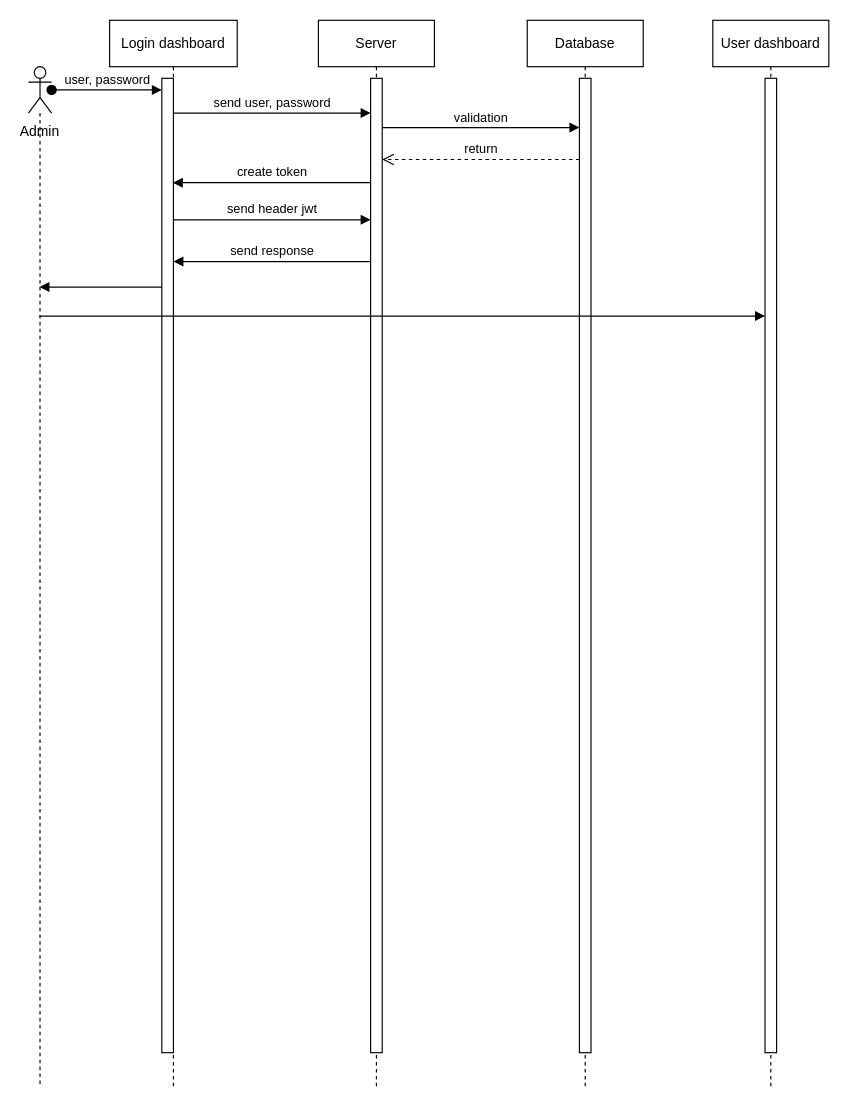
Above: page "Admin" (1 of 2) of sequenceDiagram.drawio in dzikfr/aplikasi-absensi-baharkam-2024 (draw.io), before the change. Source tidied: cells renumbered, new cells numbered last; positions are measured from the earlier drawing's top-left corner, leaving out a move shared by most shapes. Both pictures are drawn from the tidied source at 116%, with x=0, y=0 at pixel (28, 20).
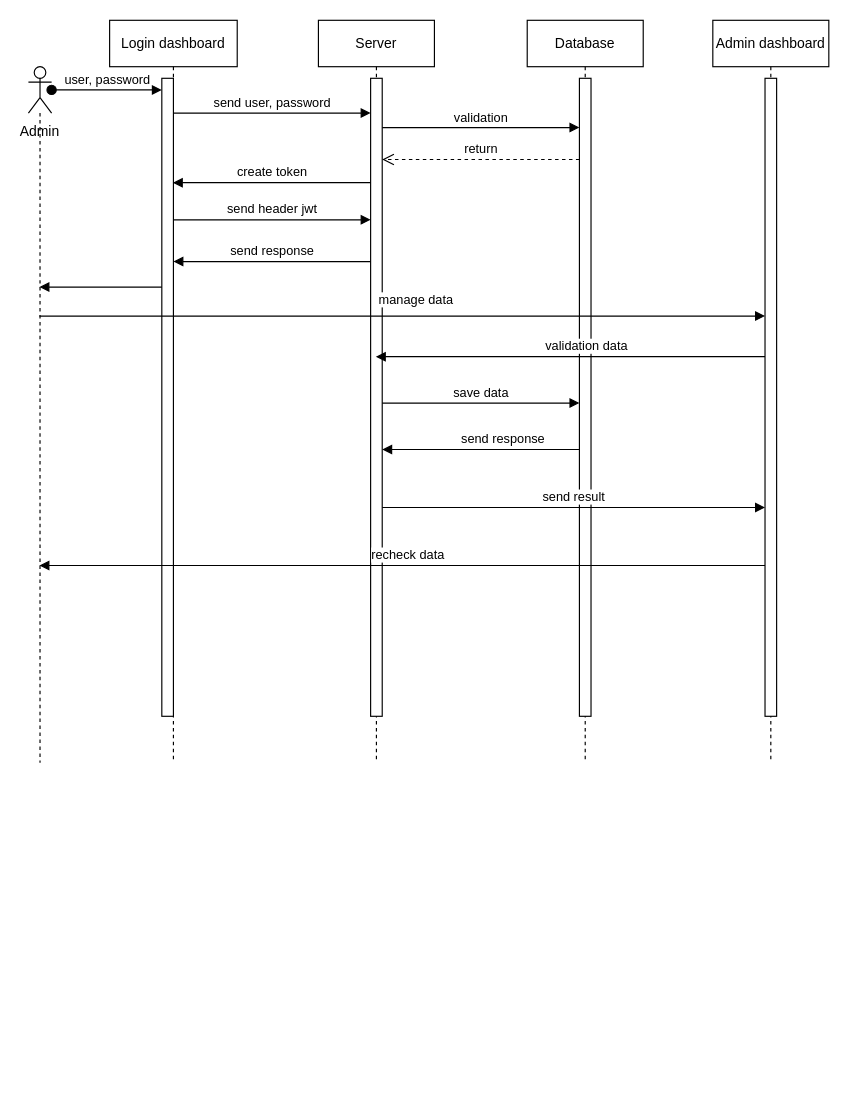
Above is the later version.

The change refers to these unchanged cells:
```xml
<mxCell id="16" style="html=1;verticalAlign=bottom;endArrow=block;edgeStyle=elbowEdgeStyle;elbow=vertical;curved=0;rounded=0;" parent="1" edge="1">
  <mxGeometry relative="1" as="geometry">
    <mxPoint x="9.5" y="255" as="sourcePoint" />
    <mxPoint x="635" y="255" as="targetPoint" />
    <Array as="points">
      <mxPoint x="345" y="255" />
    </Array>
  </mxGeometry>
</mxCell>
```

Diff of the diagram source:
```diff
@@
     <mxCell id="2" value="Login dashboard" style="shape=umlLifeline;perimeter=lifelinePerimeter;whiteSpace=wrap;html=1;newEdgeStyle={&quot;edgeStyle&quot;:&quot;elbowEdgeStyle&quot;,&quot;elbow&quot;:&quot;vertical&quot;,&quot;curved&quot;:0,&quot;rounded&quot;:0};" parent="1" vertex="1">
-      <mxGeometry x="70" width="110" height="920" as="geometry" />
+      <mxGeometry x="70" width="110" height="640" as="geometry" />
     </mxCell>
     <mxCell id="3" style="html=1;points=[];perimeter=orthogonalPerimeter;outlineConnect=0;targetShapes=umlLifeline;portConstraint=eastwest;newEdgeStyle={&quot;edgeStyle&quot;:&quot;elbowEdgeStyle&quot;,&quot;elbow&quot;:&quot;vertical&quot;,&quot;curved&quot;:0,&quot;rounded&quot;:0};" parent="2" vertex="1">
-      <mxGeometry x="45" y="50" width="10" height="840" as="geometry" />
+      <mxGeometry x="45" y="50" width="10" height="550" as="geometry" />
     </mxCell>
     <mxCell id="4" value="Server" style="shape=umlLifeline;perimeter=lifelinePerimeter;whiteSpace=wrap;html=1;outlineConnect=0;portConstraint=eastwest;newEdgeStyle={&quot;edgeStyle&quot;:&quot;elbowEdgeStyle&quot;,&quot;elbow&quot;:&quot;vertical&quot;,&quot;curved&quot;:0,&quot;rounded&quot;:0};" parent="1" vertex="1">
-      <mxGeometry x="250" width="100" height="920" as="geometry" />
+      <mxGeometry x="250" width="100" height="640" as="geometry" />
     </mxCell>
     <mxCell id="5" style="html=1;points=[];perimeter=orthogonalPerimeter;outlineConnect=0;targetShapes=umlLifeline;portConstraint=eastwest;newEdgeStyle={&quot;edgeStyle&quot;:&quot;elbowEdgeStyle&quot;,&quot;elbow&quot;:&quot;vertical&quot;,&quot;curved&quot;:0,&quot;rounded&quot;:0};" parent="4" vertex="1">
-      <mxGeometry x="45" y="50" width="10" height="840" as="geometry" />
+      <mxGeometry x="45" y="50" width="10" height="550" as="geometry" />
     </mxCell>
@@
     <mxCell id="10" value="Database" style="shape=umlLifeline;perimeter=lifelinePerimeter;whiteSpace=wrap;html=1;newEdgeStyle={&quot;edgeStyle&quot;:&quot;elbowEdgeStyle&quot;,&quot;elbow&quot;:&quot;vertical&quot;,&quot;curved&quot;:0,&quot;rounded&quot;:0};" parent="1" vertex="1">
-      <mxGeometry x="430" width="100" height="920" as="geometry" />
+      <mxGeometry x="430" width="100" height="640" as="geometry" />
     </mxCell>
     <mxCell id="11" style="html=1;points=[];perimeter=orthogonalPerimeter;outlineConnect=0;targetShapes=umlLifeline;portConstraint=eastwest;newEdgeStyle={&quot;edgeStyle&quot;:&quot;elbowEdgeStyle&quot;,&quot;elbow&quot;:&quot;vertical&quot;,&quot;curved&quot;:0,&quot;rounded&quot;:0};" parent="10" vertex="1">
-      <mxGeometry x="45" y="50" width="10" height="840" as="geometry" />
+      <mxGeometry x="45" y="50" width="10" height="550" as="geometry" />
     </mxCell>
@@
-    <mxCell id="14" value="User dashboard" style="shape=umlLifeline;perimeter=lifelinePerimeter;whiteSpace=wrap;html=1;newEdgeStyle={&quot;edgeStyle&quot;:&quot;elbowEdgeStyle&quot;,&quot;elbow&quot;:&quot;vertical&quot;,&quot;curved&quot;:0,&quot;rounded&quot;:0};" parent="1" vertex="1">
-      <mxGeometry x="590" width="100" height="920" as="geometry" />
+    <mxCell id="14" value="Admin dashboard" style="shape=umlLifeline;perimeter=lifelinePerimeter;whiteSpace=wrap;html=1;newEdgeStyle={&quot;edgeStyle&quot;:&quot;elbowEdgeStyle&quot;,&quot;elbow&quot;:&quot;vertical&quot;,&quot;curved&quot;:0,&quot;rounded&quot;:0};" parent="1" vertex="1">
+      <mxGeometry x="590" width="100" height="640" as="geometry" />
     </mxCell>
     <mxCell id="15" style="html=1;points=[];perimeter=orthogonalPerimeter;outlineConnect=0;targetShapes=umlLifeline;portConstraint=eastwest;newEdgeStyle={&quot;edgeStyle&quot;:&quot;elbowEdgeStyle&quot;,&quot;elbow&quot;:&quot;vertical&quot;,&quot;curved&quot;:0,&quot;rounded&quot;:0};" parent="14" vertex="1">
-      <mxGeometry x="45" y="50" width="10" height="840" as="geometry" />
+      <mxGeometry x="45" y="50" width="10" height="550" as="geometry" />
     </mxCell>
@@
+    <mxCell id="20" value="manage data" style="edgeLabel;html=1;align=center;verticalAlign=middle;" parent="16" vertex="1">
+      <mxGeometry x="0.03" relative="1" as="geometry">
+        <mxPoint x="2" y="-15" as="offset" />
+      </mxGeometry>
+    </mxCell>
     <mxCell id="17" value="&lt;div&gt;&lt;br&gt;&lt;/div&gt;&lt;div&gt;&lt;br&gt;&lt;/div&gt;&lt;div&gt;&lt;br&gt;&lt;/div&gt;&lt;div&gt;&lt;br&gt;&lt;/div&gt;&lt;div&gt;&lt;br&gt;&lt;/div&gt;Admin" style="shape=umlLifeline;perimeter=lifelinePerimeter;whiteSpace=wrap;html=1;outlineConnect=0;portConstraint=eastwest;newEdgeStyle={&quot;curved&quot;:0,&quot;rounded&quot;:0};participant=umlActor;" parent="1" vertex="1">
-      <mxGeometry y="40" width="20" height="880" as="geometry" />
+      <mxGeometry y="40" width="20" height="600" as="geometry" />
     </mxCell>
@@
+    <mxCell id="21" style="html=1;verticalAlign=bottom;endArrow=block;edgeStyle=elbowEdgeStyle;elbow=horizontal;curved=0;rounded=0;" parent="1" edge="1" source="15" target="4">
+      <mxGeometry relative="1" as="geometry">
+        <Array as="points">
+          <mxPoint x="468.5" y="290" />
+        </Array>
+      </mxGeometry>
+    </mxCell>
+    <mxCell id="22" value="validation data" style="edgeLabel;html=1;align=center;verticalAlign=middle;" parent="21" vertex="1">
+      <mxGeometry x="0.06" y="2" relative="1" as="geometry">
+        <mxPoint x="23" y="-12" as="offset" />
+      </mxGeometry>
+    </mxCell>
+    <mxCell id="23" value="save data" style="html=1;verticalAlign=bottom;endArrow=block;edgeStyle=elbowEdgeStyle;elbow=horizontal;curved=0;rounded=0;" parent="1" edge="1" source="5" target="11">
+      <mxGeometry relative="1" as="geometry">
+        <Array as="points">
+          <mxPoint x="353" y="330" />
+        </Array>
+      </mxGeometry>
+    </mxCell>
+    <mxCell id="24" value="send result" style="html=1;verticalAlign=bottom;endArrow=block;edgeStyle=elbowEdgeStyle;elbow=vertical;curved=0;rounded=0;" parent="1" edge="1" source="5" target="15">
+      <mxGeometry relative="1" as="geometry">
+        <Array as="points">
+          <mxPoint x="403" y="420" />
+        </Array>
+      </mxGeometry>
+    </mxCell>
+    <mxCell id="25" style="html=1;verticalAlign=bottom;endArrow=block;edgeStyle=elbowEdgeStyle;elbow=horizontal;curved=0;rounded=0;" parent="1" edge="1" source="11" target="5">
+      <mxGeometry relative="1" as="geometry">
+        <Array as="points">
+          <mxPoint x="423" y="370" />
+        </Array>
+      </mxGeometry>
+    </mxCell>
+    <mxCell id="26" value="send response" style="edgeLabel;html=1;align=center;verticalAlign=middle;" parent="25" vertex="1">
+      <mxGeometry x="0.06" y="2" relative="1" as="geometry">
+        <mxPoint x="23" y="-12" as="offset" />
+      </mxGeometry>
+    </mxCell>
+    <mxCell id="27" style="html=1;verticalAlign=bottom;endArrow=block;edgeStyle=elbowEdgeStyle;elbow=horizontal;curved=0;rounded=0;" parent="1" edge="1" source="15" target="17">
+      <mxGeometry relative="1" as="geometry">
+        <Array as="points">
+          <mxPoint x="441.5" y="470" />
+        </Array>
+      </mxGeometry>
+    </mxCell>
+    <mxCell id="28" value="recheck data" style="edgeLabel;html=1;align=center;verticalAlign=middle;" parent="27" vertex="1">
+      <mxGeometry x="0.06" y="2" relative="1" as="geometry">
+        <mxPoint x="23" y="-12" as="offset" />
+      </mxGeometry>
+    </mxCell>
```
